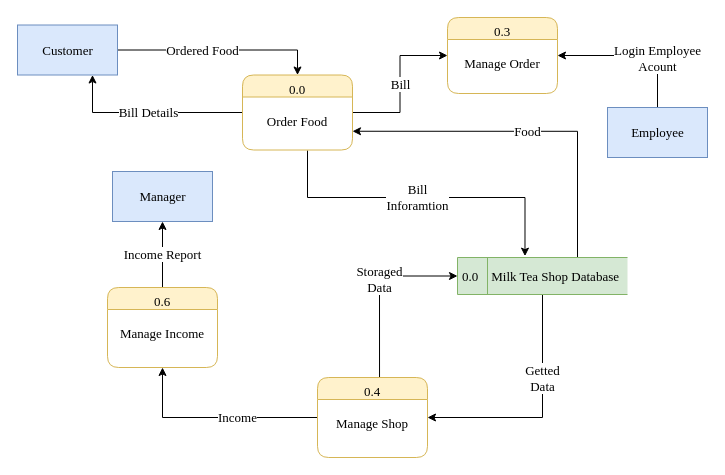
Before: page "Level 0" (2 of 9) of document/data flow/dfd.drawio in daomtthuan/do-an, a draw.io diagram. Source tidied: cells renumbered, new cells numbered last; positions are measured from the earlier drawing's top-left corner, leaving out a move shared by most shapes. Both pictures are drawn from the tidied source at 100%, with x=0, y=0 at pixel (17, 17).
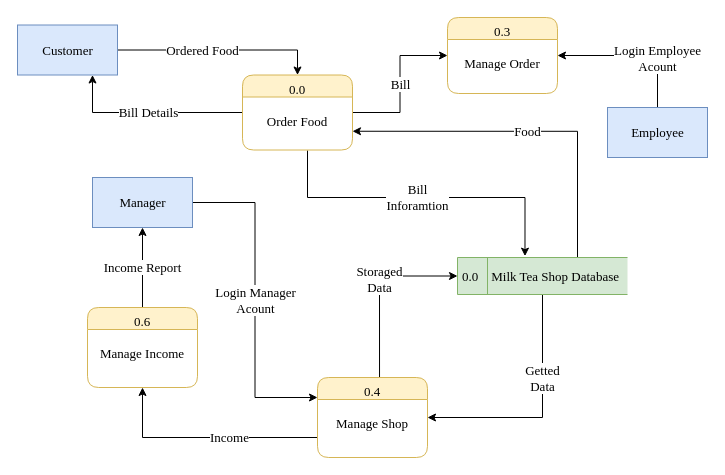
The same diagram, later.

The change refers to these unchanged cells:
```xml
<mxCell id="14" value="0.4&#10;&#10;Manage Shop" style="swimlane;fontStyle=0;horizontal=1;startSize=22;fillColor=#fff2cc;swimlaneFillColor=#ffffff;rounded=1;strokeWidth=1;verticalAlign=top;arcSize=17;labelPosition=center;verticalLabelPosition=middle;align=center;fontFamily=Times New Roman;strokeColor=#d6b656;fontSize=13;" parent="1" vertex="1">
  <mxGeometry x="300" y="360" width="110" height="80" as="geometry" />
</mxCell>
```

Change to the diagram source:
```diff
@@
+    <mxCell id="20" value="&lt;span style=&quot;font-family: &amp;#34;times new roman&amp;#34; ; font-size: 13px&quot;&gt;Login Manager&lt;/span&gt;&lt;br style=&quot;font-family: &amp;#34;times new roman&amp;#34; ; font-size: 13px&quot;&gt;&lt;span style=&quot;font-family: &amp;#34;times new roman&amp;#34; ; font-size: 13px&quot;&gt;Acount&lt;/span&gt;" style="edgeStyle=orthogonalEdgeStyle;rounded=0;jettySize=auto;html=1;entryX=0;entryY=0.25;entryDx=0;entryDy=0;" parent="1" edge="1" source="6" target="14">
+      <mxGeometry relative="1" as="geometry" />
+    </mxCell>
     <mxCell id="6" value="&lt;span style=&quot;font-size: 13px;&quot;&gt;&lt;span style=&quot;font-size: 13px;&quot;&gt;Manager&lt;/span&gt;&lt;/span&gt;" style="html=1;dashed=0;whitespace=wrap;strokeWidth=1;fillColor=#dae8fc;strokeColor=#6c8ebf;fontFamily=Times New Roman;fontSize=13;" parent="1" vertex="1">
-      <mxGeometry x="95" y="154" width="100" height="50" as="geometry" />
+      <mxGeometry x="75" y="160" width="100" height="50" as="geometry" />
     </mxCell>
@@
-    <mxCell id="12" value="Income" style="edgeStyle=orthogonalEdgeStyle;rounded=0;jettySize=auto;html=1;entryX=0.5;entryY=1;entryDx=0;entryDy=0;exitX=0;exitY=0.5;exitDx=0;exitDy=0;fontFamily=Times New Roman;fontSize=13;" parent="1" edge="1" source="14" target="16">
+    <mxCell id="12" value="Income" style="edgeStyle=orthogonalEdgeStyle;rounded=0;jettySize=auto;html=1;entryX=0.5;entryY=1;entryDx=0;entryDy=0;exitX=0;exitY=0.75;exitDx=0;exitDy=0;fontFamily=Times New Roman;fontSize=13;" parent="1" edge="1" source="14" target="16">
       <mxGeometry x="-0.22" relative="1" as="geometry">
         <Array as="points">
-          <mxPoint x="145" y="400" />
+          <mxPoint x="125" y="420" />
         </Array>
       </mxGeometry>
     </mxCell>
@@
     <mxCell id="16" value="0.6&#10;&#10;Manage Income" style="swimlane;fontStyle=0;horizontal=1;startSize=22;fillColor=#fff2cc;swimlaneFillColor=#ffffff;rounded=1;strokeWidth=1;verticalAlign=top;arcSize=17;labelPosition=center;verticalLabelPosition=middle;align=center;fontFamily=Times New Roman;strokeColor=#d6b656;fontSize=13;" parent="1" vertex="1">
-      <mxGeometry x="90" y="270" width="110" height="80" as="geometry" />
+      <mxGeometry x="70" y="290" width="110" height="80" as="geometry" />
     </mxCell>
```
